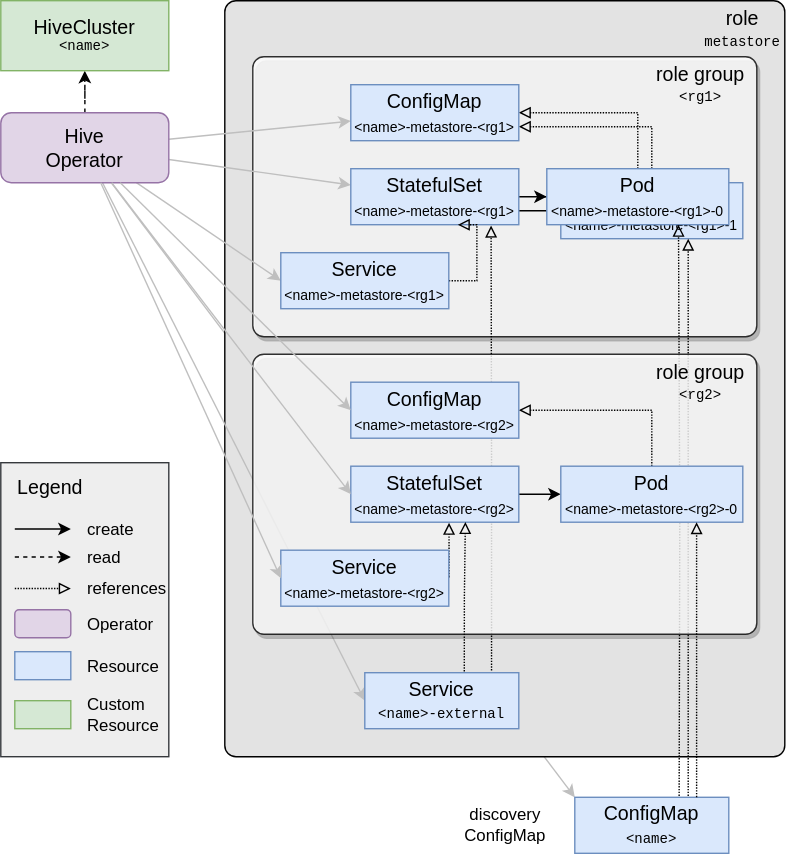
Before: docs/modules/hive/images/hive_overview.drawio.svg, a diagram exported from draw.io (stackabletech/hive-operator). Source tidied: cells renumbered, new cells last; positions are measured from the earlier drawing's top-left corner, leaving out a move shared by most shapes.
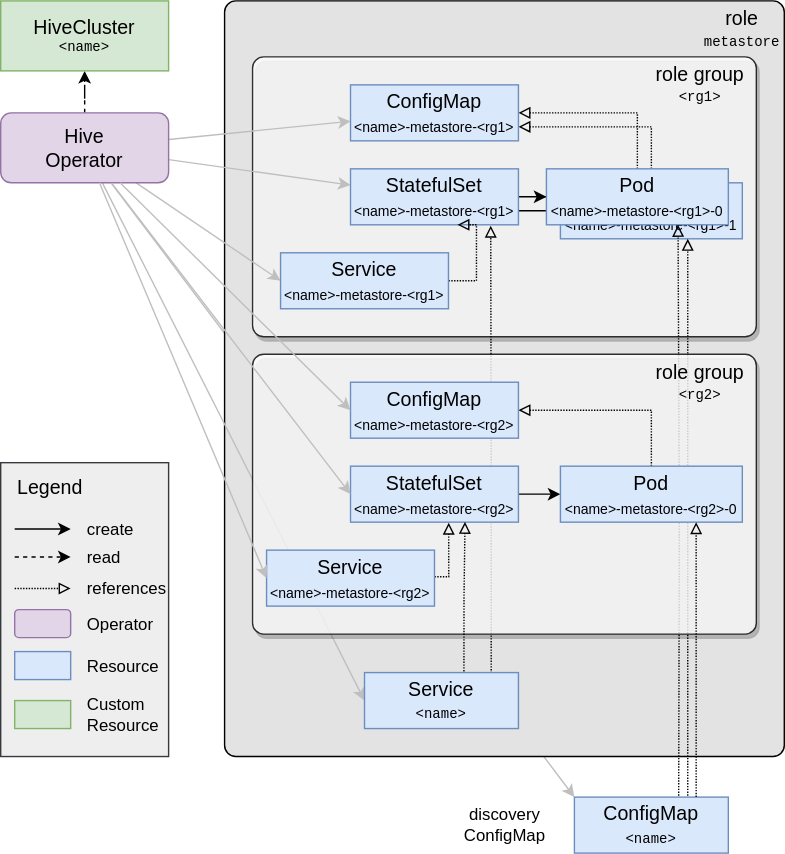
The same diagram one commit later.

Diff of the diagram source:
```diff
@@ -122,7 +122,7 @@
         <mxPoint x="491" y="170" as="targetPoint" />
       </mxGeometry>
     </mxCell>
-    <mxCell id="38" value="&lt;div style=&quot;font-size: 14px;&quot;&gt;Service&lt;br&gt;&lt;font style=&quot;font-size: 10px;&quot; face=&quot;Courier New&quot;&gt;&amp;lt;name&amp;gt;-external&lt;/font&gt;&lt;br&gt;&lt;/div&gt;" style="rounded=0;whiteSpace=wrap;html=1;fillColor=#dae8fc;strokeColor=#6c8ebf;fontSize=14;" parent="1" vertex="1">
+    <mxCell id="38" value="&lt;div style=&quot;font-size: 14px;&quot;&gt;Service&lt;br&gt;&lt;font style=&quot;font-size: 10px;&quot; face=&quot;Courier New&quot;&gt;&amp;lt;name&amp;gt;&lt;/font&gt;&lt;br&gt;&lt;/div&gt;" style="rounded=0;whiteSpace=wrap;html=1;fillColor=#dae8fc;strokeColor=#6c8ebf;fontSize=14;" parent="1" vertex="1">
       <mxGeometry x="260" y="480" width="110" height="40" as="geometry" />
     </mxCell>
     <mxCell id="39" value="&lt;div&gt;&lt;font style=&quot;font-size: 14px;&quot;&gt;role&lt;/font&gt;&lt;font size=&quot;1&quot;&gt;&lt;font face=&quot;Courier New&quot;&gt;&lt;br&gt;&lt;/font&gt;&lt;/font&gt;&lt;/div&gt;&lt;div&gt;&lt;font size=&quot;1&quot;&gt;&lt;font face=&quot;Courier New&quot;&gt;metastore&lt;/font&gt;&lt;/font&gt;&lt;/div&gt;" style="text;html=1;strokeColor=none;fillColor=none;align=center;verticalAlign=middle;whiteSpace=wrap;rounded=0;" parent="1" vertex="1">
@@ -159,7 +159,7 @@
       </mxGeometry>
     </mxCell>
     <mxCell id="48" value="Service&lt;br&gt;&lt;div&gt;&lt;font style=&quot;font-size: 10px;&quot;&gt;&amp;lt;name&amp;gt;-metastore-&amp;lt;rg2&amp;gt;&lt;/font&gt;&lt;/div&gt;" style="rounded=0;whiteSpace=wrap;html=1;fillColor=#dae8fc;strokeColor=#6c8ebf;fontSize=14;" parent="1" vertex="1">
-      <mxGeometry x="200" y="392.5" width="120" height="40" as="geometry" />
+      <mxGeometry x="190" y="392.5" width="120" height="40" as="geometry" />
     </mxCell>
     <mxCell id="49" style="edgeStyle=orthogonalEdgeStyle;rounded=0;jettySize=auto;html=1;exitX=0.5;exitY=0;exitDx=0;exitDy=0;entryX=1;entryY=0.5;entryDx=0;entryDy=0;dashed=1;dashPattern=1 1;endArrow=block;endFill=0;" parent="1" edge="1" source="52" target="50">
       <mxGeometry relative="1" as="geometry" />
```
